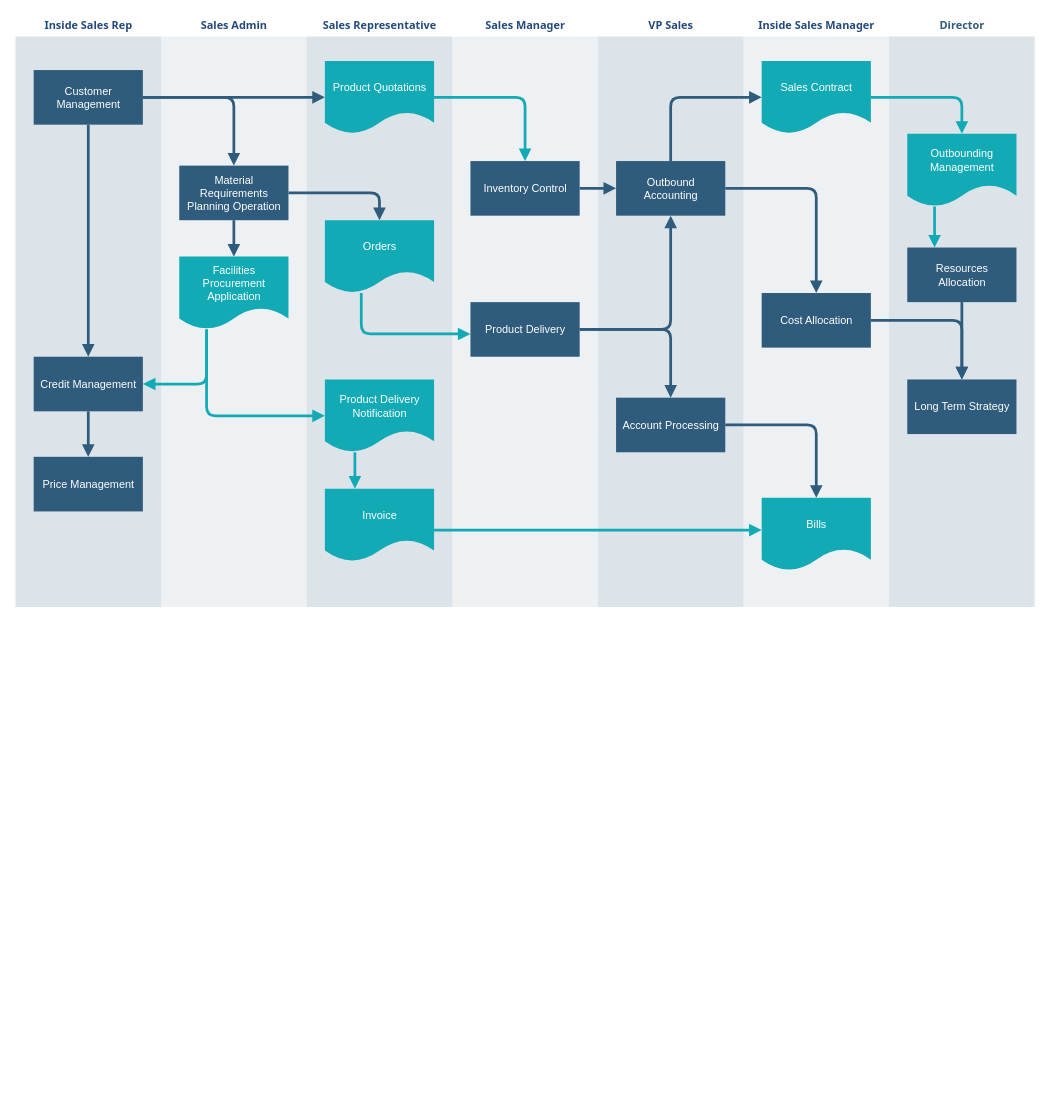
The draw.io diagram script/未命名绘图.drawio in hancaiyun/MIX, before the edit. Source tidied: cells renumbered, new cells numbered last; positions are measured from the earlier drawing's top-left corner, leaving out a move shared by most shapes. Both pictures are drawn from the tidied source at 91%, with x=0, y=0 at pixel (15, 15).
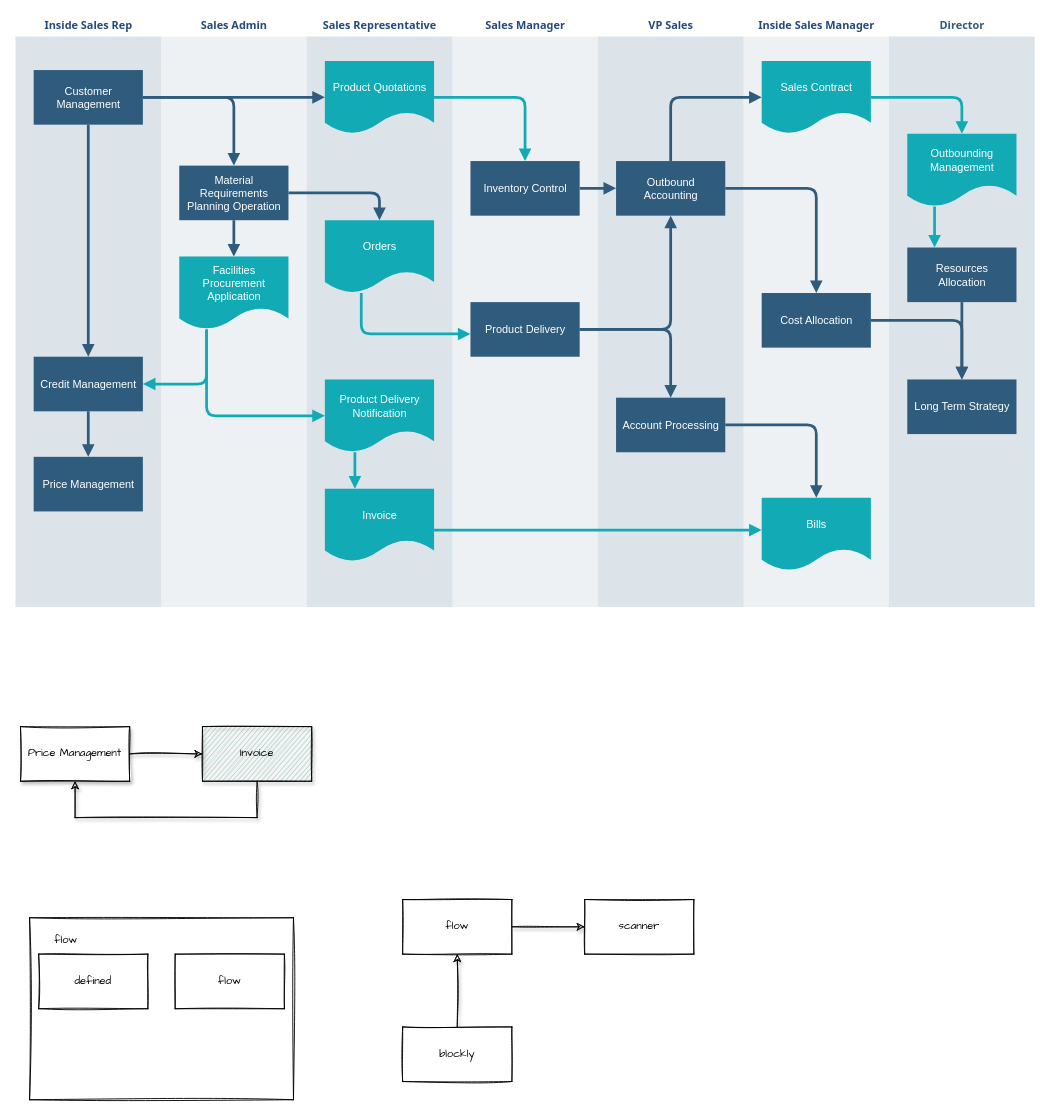
After the change.

Change to the diagram source:
```diff
@@
+    <mxCell id="50" style="edgeStyle=orthogonalEdgeStyle;rounded=0;jettySize=auto;html=1;fontFamily=Comic Sans MS;fontSize=12;fontColor=default;sketch=1;shadow=1;" parent="1" edge="1" source="51" target="53">
+      <mxGeometry relative="1" as="geometry" />
+    </mxCell>
+    <mxCell id="51" value="Price Management" style="rounded=0;whiteSpace=wrap;html=1;fillColor=#FFFFFF;fontFamily=Comic Sans MS;sketch=1;glass=0;shadow=1;" parent="1" vertex="1">
+      <mxGeometry x="6" y="782" width="120" height="60" as="geometry" />
+    </mxCell>
+    <mxCell id="52" style="edgeStyle=orthogonalEdgeStyle;rounded=0;jettySize=auto;html=1;entryX=0.5;entryY=1;entryDx=0;entryDy=0;fontFamily=Comic Sans MS;fontSize=12;fontColor=default;exitX=0.5;exitY=1;exitDx=0;exitDy=0;sketch=1;shadow=1;" parent="1" edge="1" source="53" target="51">
+      <mxGeometry relative="1" as="geometry">
+        <Array as="points">
+          <mxPoint x="266" y="882" />
+          <mxPoint x="66" y="882" />
+        </Array>
+      </mxGeometry>
+    </mxCell>
+    <mxCell id="53" value="&lt;span style=&quot;&quot;&gt;Invoice&lt;/span&gt;" style="whiteSpace=wrap;html=1;fontFamily=Comic Sans MS;fillColor=#9AC7BF;rounded=0;sketch=1;glass=0;shadow=1;" parent="1" vertex="1">
+      <mxGeometry x="206" y="782" width="120" height="60" as="geometry" />
+    </mxCell>
+    <mxCell id="54" style="edgeStyle=orthogonalEdgeStyle;rounded=0;sketch=1;jettySize=auto;html=1;shadow=1;fontFamily=Comic Sans MS;fontSize=12;fontColor=#000000;" parent="1" edge="1" source="55" target="56">
+      <mxGeometry relative="1" as="geometry" />
+    </mxCell>
+    <mxCell id="55" value="flow" style="rounded=0;whiteSpace=wrap;html=1;fontFamily=Comic Sans MS;fontSize=12;fontColor=#000000;strokeColor=default;fillColor=#FFFFFF;sketch=1;shadow=0;" parent="1" vertex="1">
+      <mxGeometry x="426" y="972" width="120" height="60" as="geometry" />
+    </mxCell>
+    <mxCell id="56" value="scanner" style="rounded=0;whiteSpace=wrap;html=1;fontFamily=Comic Sans MS;fontSize=12;fontColor=#000000;strokeColor=default;fillColor=#FFFFFF;sketch=1;shadow=0;" parent="1" vertex="1">
+      <mxGeometry x="626" y="972" width="120" height="60" as="geometry" />
+    </mxCell>
+    <mxCell id="57" style="edgeStyle=orthogonalEdgeStyle;rounded=0;sketch=1;jettySize=auto;html=1;shadow=1;fontFamily=Comic Sans MS;fontSize=12;fontColor=#000000;" parent="1" edge="1" source="58" target="55">
+      <mxGeometry relative="1" as="geometry" />
+    </mxCell>
+    <mxCell id="58" value="blockly" style="rounded=0;whiteSpace=wrap;html=1;fontFamily=Comic Sans MS;fontSize=12;fontColor=#000000;strokeColor=default;fillColor=#FFFFFF;sketch=1;shadow=0;" parent="1" vertex="1">
+      <mxGeometry x="426" y="1112" width="120" height="60" as="geometry" />
+    </mxCell>
+    <mxCell id="59" style="rounded=0;whiteSpace=wrap;html=1;fontFamily=Comic Sans MS;fontSize=12;fontColor=#000000;strokeColor=default;fillColor=#FFFFFF;sketch=1;" parent="1" vertex="1">
+      <mxGeometry x="16" y="992" width="290" height="200" as="geometry" />
+    </mxCell>
+    <mxCell id="60" value="defined" style="rounded=0;whiteSpace=wrap;html=1;fontFamily=Comic Sans MS;fontSize=12;fontColor=#000000;strokeColor=default;fillColor=#FFFFFF;sketch=1;shadow=0;" parent="1" vertex="1">
+      <mxGeometry x="26" y="1032" width="120" height="60" as="geometry" />
+    </mxCell>
+    <mxCell id="61" value="flow" style="rounded=0;whiteSpace=wrap;html=1;fontFamily=Comic Sans MS;fontSize=12;fontColor=#000000;strokeColor=default;fillColor=#FFFFFF;sketch=1;shadow=0;" parent="1" vertex="1">
+      <mxGeometry x="176" y="1032" width="120" height="60" as="geometry" />
+    </mxCell>
+    <mxCell id="62" value="flow" style="text;html=1;strokeColor=none;fillColor=none;align=center;verticalAlign=middle;whiteSpace=wrap;rounded=0;fontFamily=Comic Sans MS;fontSize=12;fontColor=#000000;" parent="1" vertex="1">
+      <mxGeometry x="26" y="1002" width="60" height="30" as="geometry" />
+    </mxCell>
```
